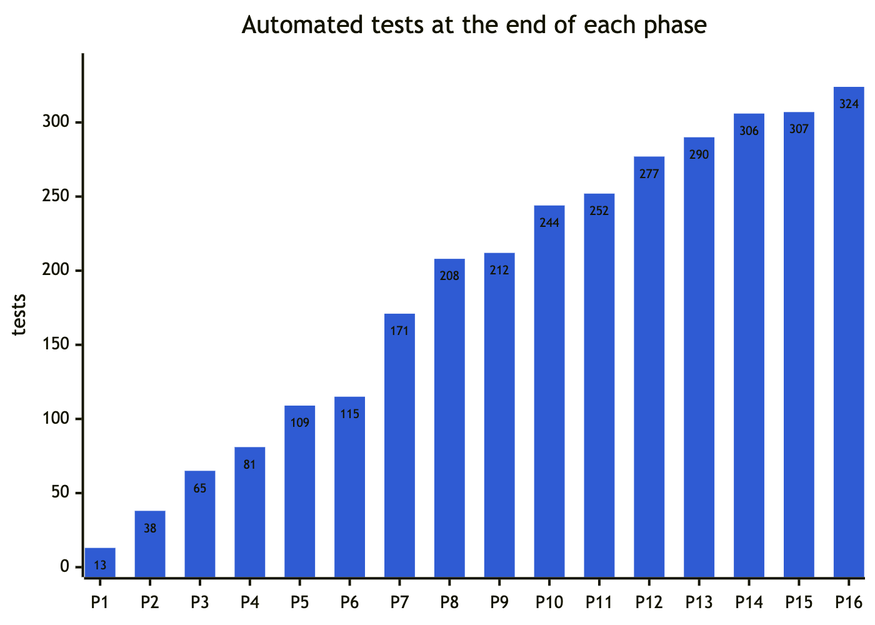
This is docs/handbook/images/14-chart-tests-by-phase.png from abdulmdev/sentinel-incident-copilot, a Mermaid export, as it was before one commit. Its source is kept beside it as docs/handbook/diagrams/14-chart-tests-by-phase.mmd.
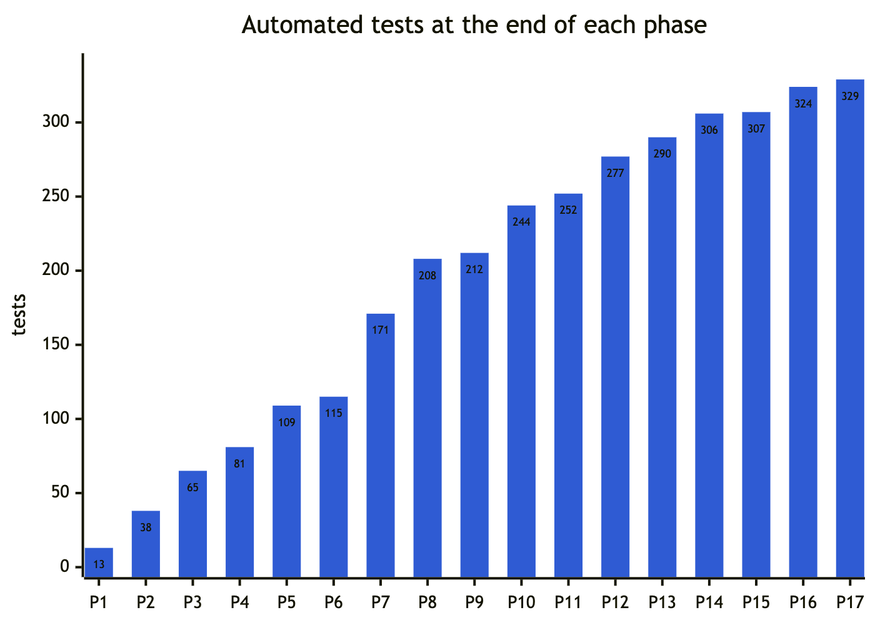
The same file after the commit.

Diff of the diagram source:
```diff
@@ -8,6 +8,6 @@
 ---
 xychart-beta
   title "Automated tests at the end of each phase"
-  x-axis ["P1", "P2", "P3", "P4", "P5", "P6", "P7", "P8", "P9", "P10", "P11", "P12", "P13", "P14", "P15", "P16"]
+  x-axis ["P1", "P2", "P3", "P4", "P5", "P6", "P7", "P8", "P9", "P10", "P11", "P12", "P13", "P14", "P15", "P16", "P17"]
   y-axis "tests" 0 --> 340
-  bar [13, 38, 65, 81, 109, 115, 171, 208, 212, 244, 252, 277, 290, 306, 307, 324]
+  bar [13, 38, 65, 81, 109, 115, 171, 208, 212, 244, 252, 277, 290, 306, 307, 324, 329]
```
